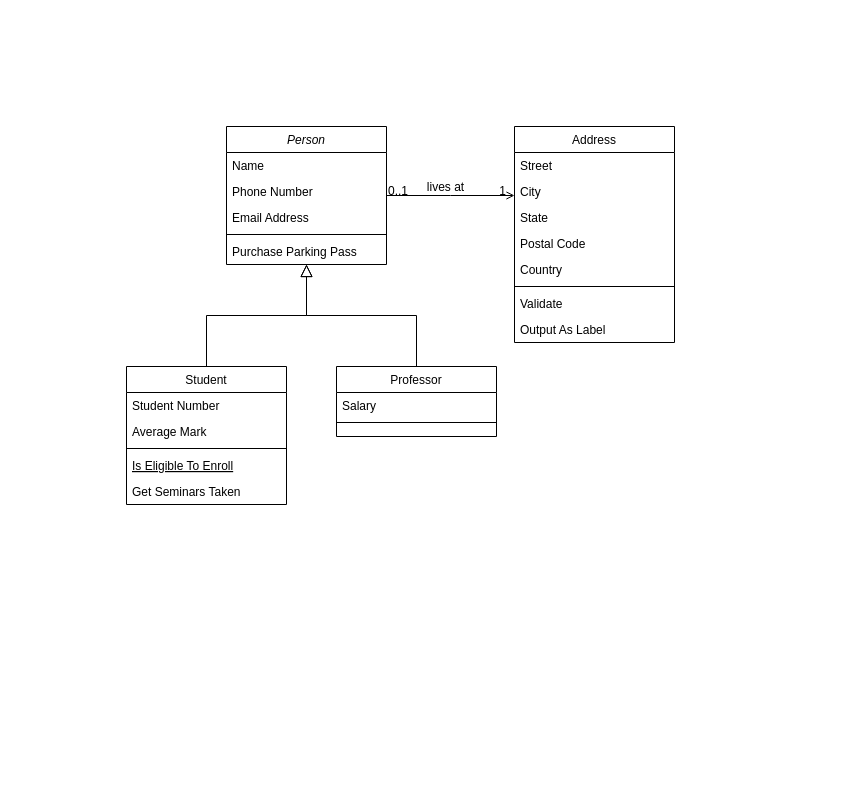
Before: Client-Product-manager.drawio in SaintMonguss/Customer-Product-management-project, a draw.io diagram. Source tidied: cells renumbered, new cells numbered last; positions are measured from the earlier drawing's top-left corner, leaving out a move shared by most shapes. Both pictures are drawn from the tidied source at 100%, with x=0, y=0 at pixel (126, 126).
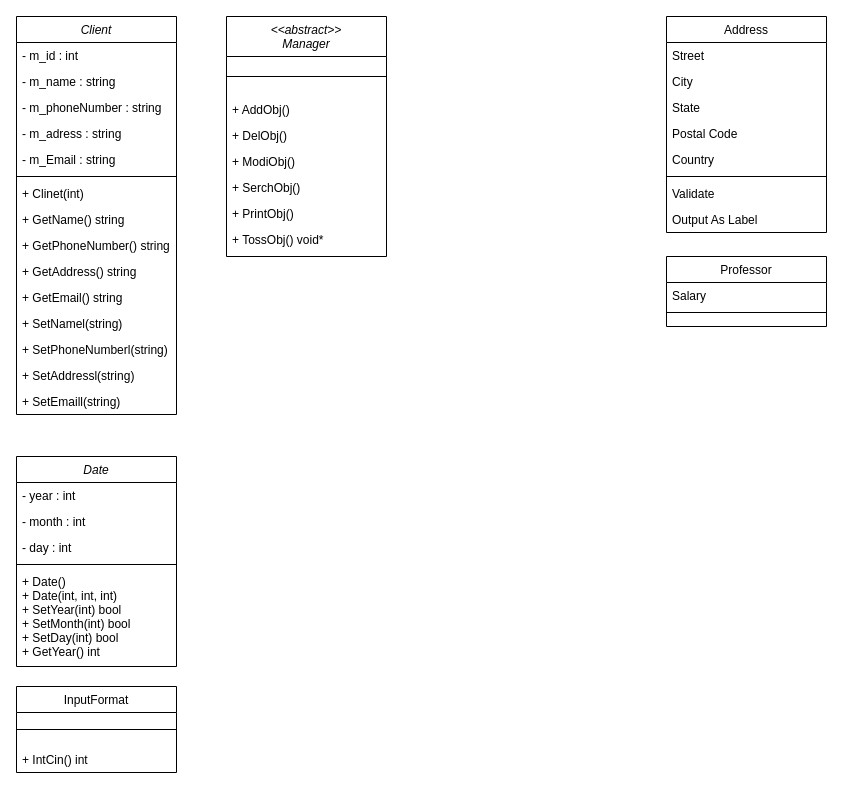
Above is the later version.

What changed in the source:
```diff
@@
-    <mxCell id="2" value="Person" style="swimlane;fontStyle=2;align=center;verticalAlign=top;horizontal=1;startSize=26;rounded=0;shadow=0;strokeWidth=1;" parent="1" vertex="1">
-      <mxGeometry x="100" width="160" height="138" as="geometry" />
+    <mxCell id="2" value="Client" style="swimlane;fontStyle=2;align=center;verticalAlign=top;horizontal=1;startSize=26;rounded=0;shadow=0;strokeWidth=1;" parent="1" vertex="1">
+      <mxGeometry x="-110" y="-110" width="160" height="398" as="geometry" />
     </mxCell>
-    <mxCell id="3" value="Name" style="text;align=left;verticalAlign=top;spacingLeft=4;spacingRight=4;overflow=hidden;" parent="2" vertex="1">
+    <mxCell id="3" value="- m_id : int" style="text;align=left;verticalAlign=top;spacingLeft=4;spacingRight=4;overflow=hidden;" parent="2" vertex="1">
       <mxGeometry y="26" width="160" height="26" as="geometry" />
     </mxCell>
-    <mxCell id="4" value="Phone Number" style="text;align=left;verticalAlign=top;spacingLeft=4;spacingRight=4;overflow=hidden;rounded=0;shadow=0;html=0;" parent="2" vertex="1">
+    <mxCell id="4" value="- m_name : string" style="text;align=left;verticalAlign=top;spacingLeft=4;spacingRight=4;overflow=hidden;rounded=0;shadow=0;html=0;" parent="2" vertex="1">
       <mxGeometry y="52" width="160" height="26" as="geometry" />
     </mxCell>
-    <mxCell id="5" value="Email Address" style="text;align=left;verticalAlign=top;spacingLeft=4;spacingRight=4;overflow=hidden;rounded=0;shadow=0;html=0;" parent="2" vertex="1">
-      <mxGeometry y="78" width="160" height="26" as="geometry" />
-    </mxCell>
+    <mxCell id="32" value="- m_phoneNumber : string" style="text;align=left;verticalAlign=top;spacingLeft=4;spacingRight=4;overflow=hidden;rounded=0;shadow=0;html=0;" parent="2" vertex="1">
+      <mxGeometry y="78" width="160" height="26" as="geometry" />
+    </mxCell>
+    <mxCell id="33" value="- m_adress : string" style="text;align=left;verticalAlign=top;spacingLeft=4;spacingRight=4;overflow=hidden;rounded=0;shadow=0;html=0;" parent="2" vertex="1">
+      <mxGeometry y="104" width="160" height="26" as="geometry" />
+    </mxCell>
+    <mxCell id="34" value="- m_Email : string" style="text;align=left;verticalAlign=top;spacingLeft=4;spacingRight=4;overflow=hidden;rounded=0;shadow=0;html=0;" parent="2" vertex="1">
+      <mxGeometry y="130" width="160" height="26" as="geometry" />
+    </mxCell>
     <mxCell id="6" style="line;html=1;strokeWidth=1;align=left;verticalAlign=middle;spacingTop=-1;spacingLeft=3;spacingRight=3;labelPosition=right;" parent="2" vertex="1">
-      <mxGeometry y="104" width="160" height="8" as="geometry" />
+      <mxGeometry y="156" width="160" height="8" as="geometry" />
     </mxCell>
-    <mxCell id="7" value="Purchase Parking Pass" style="text;align=left;verticalAlign=top;spacingLeft=4;spacingRight=4;overflow=hidden;" parent="2" vertex="1">
-      <mxGeometry y="112" width="160" height="26" as="geometry" />
+    <mxCell id="7" value="+ Clinet(int) " style="text;align=left;verticalAlign=top;spacingLeft=4;spacingRight=4;overflow=hidden;" parent="2" vertex="1">
+      <mxGeometry y="164" width="160" height="26" as="geometry" />
     </mxCell>
+    <mxCell id="35" value="+ GetName() string" style="text;align=left;verticalAlign=top;spacingLeft=4;spacingRight=4;overflow=hidden;" parent="2" vertex="1">
+      <mxGeometry y="190" width="160" height="26" as="geometry" />
+    </mxCell>
+    <mxCell id="36" value="+ GetPhoneNumber() string" style="text;align=left;verticalAlign=top;spacingLeft=4;spacingRight=4;overflow=hidden;" parent="2" vertex="1">
+      <mxGeometry y="216" width="160" height="26" as="geometry" />
+    </mxCell>
+    <mxCell id="37" value="+ GetAddress() string" style="text;align=left;verticalAlign=top;spacingLeft=4;spacingRight=4;overflow=hidden;" parent="2" vertex="1">
+      <mxGeometry y="242" width="160" height="26" as="geometry" />
+    </mxCell>
+    <mxCell id="38" value="+ GetEmail() string" style="text;align=left;verticalAlign=top;spacingLeft=4;spacingRight=4;overflow=hidden;" parent="2" vertex="1">
+      <mxGeometry y="268" width="160" height="26" as="geometry" />
+    </mxCell>
+    <mxCell id="39" value="+ SetNamel(string)" style="text;align=left;verticalAlign=top;spacingLeft=4;spacingRight=4;overflow=hidden;" parent="2" vertex="1">
+      <mxGeometry y="294" width="160" height="26" as="geometry" />
+    </mxCell>
+    <mxCell id="40" value="+ SetPhoneNumberl(string)" style="text;align=left;verticalAlign=top;spacingLeft=4;spacingRight=4;overflow=hidden;" parent="2" vertex="1">
+      <mxGeometry y="320" width="160" height="26" as="geometry" />
+    </mxCell>
+    <mxCell id="41" value="+ SetAddressl(string)" style="text;align=left;verticalAlign=top;spacingLeft=4;spacingRight=4;overflow=hidden;" parent="2" vertex="1">
+      <mxGeometry y="346" width="160" height="26" as="geometry" />
+    </mxCell>
+    <mxCell id="42" value="+ SetEmaill(string)" style="text;align=left;verticalAlign=top;spacingLeft=4;spacingRight=4;overflow=hidden;" parent="2" vertex="1">
+      <mxGeometry y="372" width="160" height="26" as="geometry" />
+    </mxCell>
-    <mxCell id="8" value="Student" style="swimlane;fontStyle=0;align=center;verticalAlign=top;horizontal=1;startSize=26;rounded=0;shadow=0;strokeWidth=1;" parent="1" vertex="1">
-      <mxGeometry y="240" width="160" height="138" as="geometry" />
+    <mxCell id="8" value="InputFormat" style="swimlane;fontStyle=0;align=center;verticalAlign=top;horizontal=1;startSize=26;rounded=0;shadow=0;strokeWidth=1;" parent="1" vertex="1">
+      <mxGeometry x="-110" y="560" width="160" height="86" as="geometry" />
     </mxCell>
-    <mxCell id="9" value="Student Number" style="text;align=left;verticalAlign=top;spacingLeft=4;spacingRight=4;overflow=hidden;" parent="8" vertex="1">
-      <mxGeometry y="26" width="160" height="26" as="geometry" />
-    </mxCell>
-    <mxCell id="10" value="Average Mark" style="text;align=left;verticalAlign=top;spacingLeft=4;spacingRight=4;overflow=hidden;rounded=0;shadow=0;html=0;" parent="8" vertex="1">
-      <mxGeometry y="52" width="160" height="26" as="geometry" />
-    </mxCell>
     <mxCell id="11" style="line;html=1;strokeWidth=1;align=left;verticalAlign=middle;spacingTop=-1;spacingLeft=3;spacingRight=3;labelPosition=right;" parent="8" vertex="1">
-      <mxGeometry y="78" width="160" height="8" as="geometry" />
+      <mxGeometry y="26" width="160" height="34" as="geometry" />
     </mxCell>
-    <mxCell id="12" value="Is Eligible To Enroll" style="text;align=left;verticalAlign=top;spacingLeft=4;spacingRight=4;overflow=hidden;fontStyle=4;" parent="8" vertex="1">
-      <mxGeometry y="86" width="160" height="26" as="geometry" />
-    </mxCell>
-    <mxCell id="13" value="Get Seminars Taken" style="text;align=left;verticalAlign=top;spacingLeft=4;spacingRight=4;overflow=hidden;" parent="8" vertex="1">
-      <mxGeometry y="112" width="160" height="26" as="geometry" />
+    <mxCell id="13" value="+ IntCin() int" style="text;align=left;verticalAlign=top;spacingLeft=4;spacingRight=4;overflow=hidden;" parent="8" vertex="1">
+      <mxGeometry y="60" width="160" height="26" as="geometry" />
     </mxCell>
-    <mxCell id="14" style="endArrow=block;endSize=10;endFill=0;shadow=0;strokeWidth=1;rounded=0;edgeStyle=elbowEdgeStyle;elbow=vertical;" parent="1" edge="1" source="8" target="2">
-      <mxGeometry relative="1" as="geometry" />
-    </mxCell>
     <mxCell id="15" value="Professor" style="swimlane;fontStyle=0;align=center;verticalAlign=top;horizontal=1;startSize=26;rounded=0;shadow=0;strokeWidth=1;" parent="1" vertex="1">
-      <mxGeometry x="210" y="240" width="160" height="70" as="geometry" />
+      <mxGeometry x="540" y="130" width="160" height="70" as="geometry" />
     </mxCell>
@@
-    <mxCell id="18" style="endArrow=block;endSize=10;endFill=0;shadow=0;strokeWidth=1;rounded=0;edgeStyle=elbowEdgeStyle;elbow=vertical;" parent="1" edge="1" source="15" target="2">
-      <mxGeometry relative="1" as="geometry" />
-    </mxCell>
     <mxCell id="19" value="Address" style="swimlane;fontStyle=0;align=center;verticalAlign=top;horizontal=1;startSize=26;rounded=0;shadow=0;strokeWidth=1;" parent="1" vertex="1">
-      <mxGeometry x="388" width="160" height="216" as="geometry" />
+      <mxGeometry x="540" y="-110" width="160" height="216" as="geometry" />
     </mxCell>
@@
-    <mxCell id="28" style="endArrow=open;shadow=0;strokeWidth=1;rounded=0;endFill=1;edgeStyle=elbowEdgeStyle;elbow=vertical;" parent="1" edge="1" source="2" target="19">
-      <mxGeometry x="0.5" y="41" relative="1" as="geometry">
-        <mxPoint x="-40" y="32" as="offset" />
-      </mxGeometry>
-    </mxCell>
-    <mxCell id="29" value="0..1" style="align=left;verticalAlign=bottom;labelBackgroundColor=none;fontSize=12;" parent="28" vertex="1">
-      <mxGeometry x="-1" relative="1" as="geometry">
-        <mxPoint y="4" as="offset" />
-      </mxGeometry>
-    </mxCell>
-    <mxCell id="30" value="1" style="align=right;verticalAlign=bottom;labelBackgroundColor=none;fontSize=12;" parent="28" vertex="1">
-      <mxGeometry x="1" relative="1" as="geometry">
-        <mxPoint x="-7" y="4" as="offset" />
-      </mxGeometry>
-    </mxCell>
-    <mxCell id="31" value="lives at" style="text;html=1;align=center;verticalAlign=middle;labelBackgroundColor=none;rounded=0;shadow=0;strokeWidth=1;fontSize=12;" parent="28" vertex="1">
-      <mxGeometry x="0.5" y="49" relative="1" as="geometry">
-        <mxPoint x="-38" y="40" as="offset" />
-      </mxGeometry>
-    </mxCell>
+    <mxCell id="43" value="Date" style="swimlane;fontStyle=2;align=center;verticalAlign=top;horizontal=1;startSize=26;rounded=0;shadow=0;strokeWidth=1;" parent="1" vertex="1">
+      <mxGeometry x="-110" y="330" width="160" height="210" as="geometry" />
+    </mxCell>
+    <mxCell id="44" value="- year : int" style="text;align=left;verticalAlign=top;spacingLeft=4;spacingRight=4;overflow=hidden;" parent="43" vertex="1">
+      <mxGeometry y="26" width="160" height="26" as="geometry" />
+    </mxCell>
+    <mxCell id="45" value="- month : int" style="text;align=left;verticalAlign=top;spacingLeft=4;spacingRight=4;overflow=hidden;rounded=0;shadow=0;html=0;" parent="43" vertex="1">
+      <mxGeometry y="52" width="160" height="26" as="geometry" />
+    </mxCell>
+    <mxCell id="46" value="- day : int" style="text;align=left;verticalAlign=top;spacingLeft=4;spacingRight=4;overflow=hidden;rounded=0;shadow=0;html=0;" parent="43" vertex="1">
+      <mxGeometry y="78" width="160" height="26" as="geometry" />
+    </mxCell>
+    <mxCell id="47" style="line;html=1;strokeWidth=1;align=left;verticalAlign=middle;spacingTop=-1;spacingLeft=3;spacingRight=3;labelPosition=right;" parent="43" vertex="1">
+      <mxGeometry y="104" width="160" height="8" as="geometry" />
+    </mxCell>
+    <mxCell id="48" value="+ Date()&#10;+ Date(int, int, int)&#10;+ SetYear(int) bool&#10;+ SetMonth(int) bool&#10;+ SetDay(int) bool&#10;+ GetYear() int&#10;" style="text;align=left;verticalAlign=top;spacingLeft=4;spacingRight=4;overflow=hidden;" parent="43" vertex="1">
+      <mxGeometry y="112" width="160" height="98" as="geometry" />
+    </mxCell>
+    <mxCell id="49" value="&lt;&lt;abstract&gt;&gt;&#10;Manager" style="swimlane;fontStyle=2;align=center;verticalAlign=top;horizontal=1;startSize=40;rounded=0;shadow=0;strokeWidth=1;" parent="1" vertex="1">
+      <mxGeometry x="100" y="-110" width="160" height="240" as="geometry" />
+    </mxCell>
+    <mxCell id="50" style="line;html=1;strokeWidth=1;align=left;verticalAlign=middle;spacingTop=-1;spacingLeft=3;spacingRight=3;labelPosition=right;" parent="49" vertex="1">
+      <mxGeometry y="40" width="160" height="40" as="geometry" />
+    </mxCell>
+    <mxCell id="51" value="+ AddObj()" style="text;align=left;verticalAlign=top;spacingLeft=4;spacingRight=4;overflow=hidden;" parent="49" vertex="1">
+      <mxGeometry y="80" width="160" height="26" as="geometry" />
+    </mxCell>
+    <mxCell id="52" value="+ DelObj()" style="text;align=left;verticalAlign=top;spacingLeft=4;spacingRight=4;overflow=hidden;" parent="49" vertex="1">
+      <mxGeometry y="106" width="160" height="26" as="geometry" />
+    </mxCell>
+    <mxCell id="53" value="+ ModiObj()" style="text;align=left;verticalAlign=top;spacingLeft=4;spacingRight=4;overflow=hidden;" parent="49" vertex="1">
+      <mxGeometry y="132" width="160" height="26" as="geometry" />
+    </mxCell>
+    <mxCell id="54" value="+ SerchObj()" style="text;align=left;verticalAlign=top;spacingLeft=4;spacingRight=4;overflow=hidden;" parent="49" vertex="1">
+      <mxGeometry y="158" width="160" height="26" as="geometry" />
+    </mxCell>
+    <mxCell id="55" value="+ PrintObj()" style="text;align=left;verticalAlign=top;spacingLeft=4;spacingRight=4;overflow=hidden;" parent="49" vertex="1">
+      <mxGeometry y="184" width="160" height="26" as="geometry" />
+    </mxCell>
+    <mxCell id="56" value="+ TossObj() void*" style="text;align=left;verticalAlign=top;spacingLeft=4;spacingRight=4;overflow=hidden;" parent="49" vertex="1">
+      <mxGeometry y="210" width="160" height="26" as="geometry" />
+    </mxCell>
```
